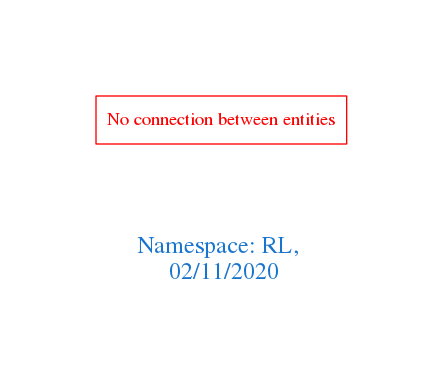
Before: downloads/RL.png, a diagram exported from Graphviz (arago/OGIT). Its source is kept beside it as downloads/RL.dot.
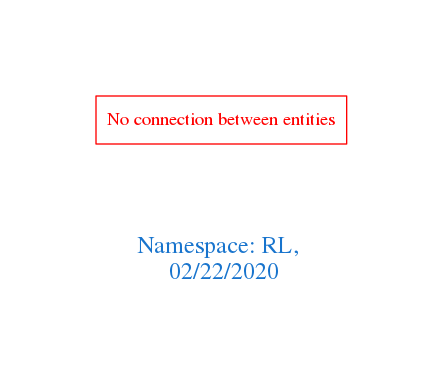
After the commit.

Diff of the diagram source:
```diff
@@ -1,7 +1,7 @@
 digraph OGIT_ontology {
  graph [ rankdir= LR,pad=1
 fontsize = 18,
-fontcolor= dodgerblue3,label = "\n\n\nNamespace: RL, \n 02/11/2020"];
+fontcolor= dodgerblue3,label = "\n\n\nNamespace: RL, \n 02/22/2020"];
 node[shape=polygon];
 edge [  color="gray81"];
 
```
